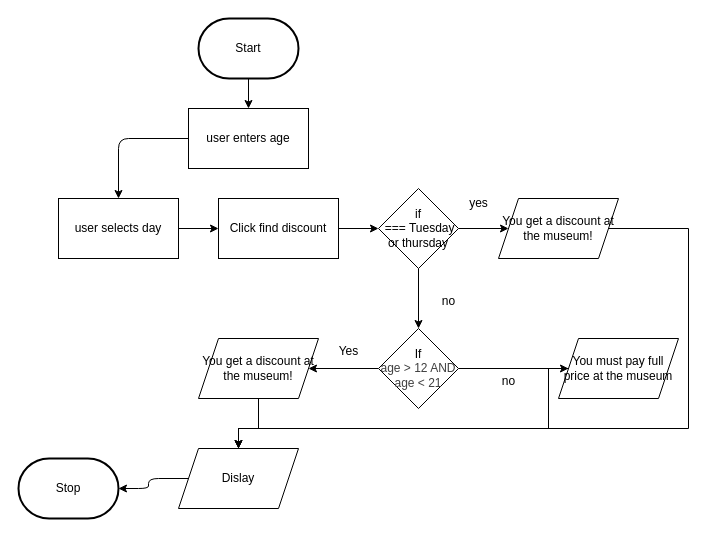
Above: design/flowchart.drawio in MTHS-ICD2O-1-2024/ICD2O-Unit-5-04-Devin-boucher (draw.io), before the change. Source tidied: cells renumbered, new cells numbered last; positions are measured from the earlier drawing's top-left corner, leaving out a move shared by most shapes. Both pictures are drawn from the tidied source at 100%, with x=0, y=0 at pixel (18, 18).
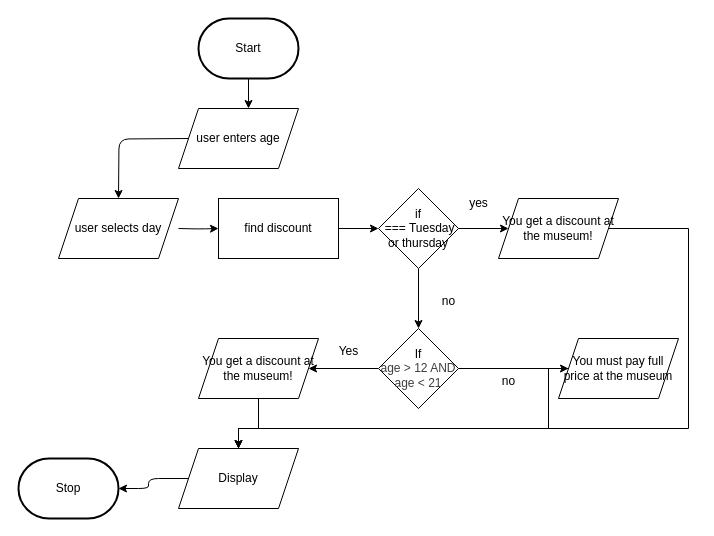
The same diagram, later.

The change refers to these unchanged cells:
```xml
<mxCell id="3" value="Start" style="strokeWidth=2;html=1;shape=mxgraph.flowchart.terminator;whiteSpace=wrap;" parent="1" vertex="1">
  <mxGeometry x="180" width="100" height="60" as="geometry" />
</mxCell>
```

The edit, as a diff of the source:
```diff
@@
-    <mxCell id="2" style="edgeStyle=none;html=1;" parent="1" edge="1" source="3" target="6">
-      <mxGeometry relative="1" as="geometry" />
+    <mxCell id="2" style="edgeStyle=none;html=1;" parent="1" edge="1" source="3">
+      <mxGeometry relative="1" as="geometry">
+        <mxPoint x="230" y="90" as="targetPoint" />
+      </mxGeometry>
     </mxCell>
@@
-    <mxCell id="5" style="edgeStyle=orthogonalEdgeStyle;html=1;" parent="1" edge="1" source="6" target="8">
-      <mxGeometry relative="1" as="geometry" />
+    <mxCell id="5" style="edgeStyle=orthogonalEdgeStyle;html=1;" parent="1" edge="1">
+      <mxGeometry relative="1" as="geometry">
+        <mxPoint x="170" y="120" as="sourcePoint" />
+        <mxPoint x="100" y="180" as="targetPoint" />
+      </mxGeometry>
     </mxCell>
-    <mxCell id="6" value="user enters age" style="whiteSpace=wrap;html=1;" parent="1" vertex="1">
-      <mxGeometry x="170" y="90" width="120" height="60" as="geometry" />
-    </mxCell>
-    <mxCell id="7" style="edgeStyle=orthogonalEdgeStyle;html=1;" parent="1" edge="1" source="8" target="22">
-      <mxGeometry relative="1" as="geometry" />
+    <mxCell id="7" style="edgeStyle=orthogonalEdgeStyle;html=1;" parent="1" edge="1" target="22">
+      <mxGeometry relative="1" as="geometry">
+        <mxPoint x="160" y="210" as="sourcePoint" />
+      </mxGeometry>
     </mxCell>
-    <mxCell id="8" value="user selects day" style="whiteSpace=wrap;html=1;" parent="1" vertex="1">
-      <mxGeometry x="40" y="180" width="120" height="60" as="geometry" />
-    </mxCell>
@@
-    <mxCell id="16" value="Dislay" style="shape=parallelogram;perimeter=parallelogramPerimeter;whiteSpace=wrap;html=1;fixedSize=1;" parent="1" vertex="1">
+    <mxCell id="16" value="Display" style="shape=parallelogram;perimeter=parallelogramPerimeter;whiteSpace=wrap;html=1;fixedSize=1;" parent="1" vertex="1">
       <mxGeometry x="160" y="430" width="120" height="60" as="geometry" />
     </mxCell>
@@
-    <mxCell id="22" value="Click find discount" style="whiteSpace=wrap;html=1;" parent="1" vertex="1">
+    <mxCell id="22" value="find discount" style="whiteSpace=wrap;html=1;" parent="1" vertex="1">
       <mxGeometry x="200" y="180" width="120" height="60" as="geometry" />
     </mxCell>
@@
+    <mxCell id="6" value="&lt;span style=&quot;color: rgb(0, 0, 0);&quot;&gt;user enters age&lt;/span&gt;" style="shape=parallelogram;perimeter=parallelogramPerimeter;whiteSpace=wrap;html=1;fixedSize=1;" parent="1" vertex="1">
+      <mxGeometry x="160" y="90" width="120" height="60" as="geometry" />
+    </mxCell>
+    <mxCell id="8" value="&lt;span style=&quot;color: rgb(0, 0, 0);&quot;&gt;user selects day&lt;/span&gt;" style="shape=parallelogram;perimeter=parallelogramPerimeter;whiteSpace=wrap;html=1;fixedSize=1;" parent="1" vertex="1">
+      <mxGeometry x="40" y="180" width="120" height="60" as="geometry" />
+    </mxCell>
```
